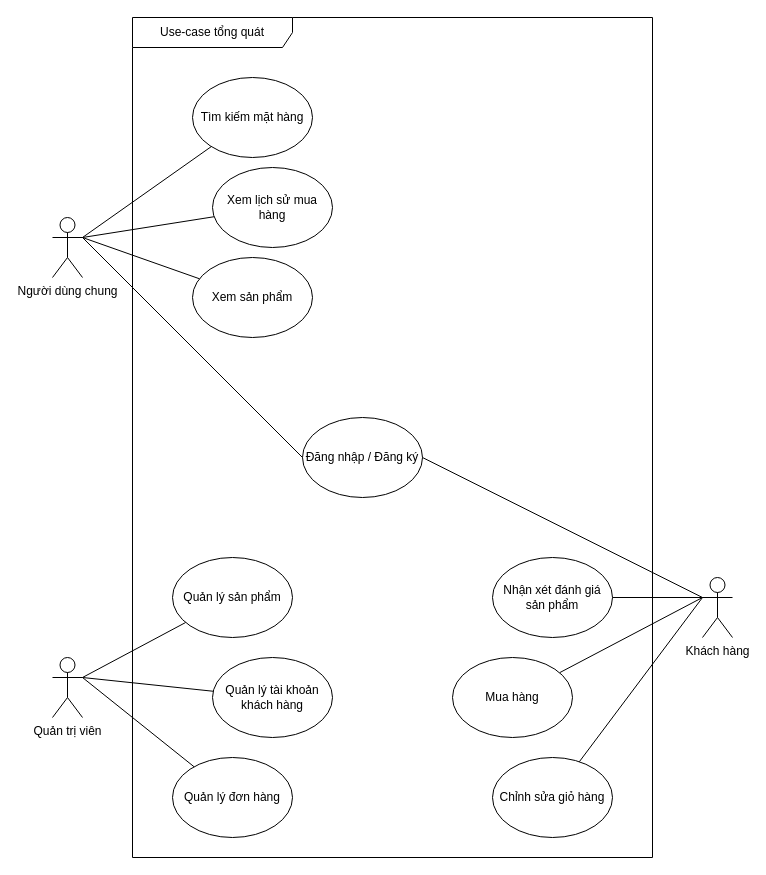
The draw.io diagram page "Usecase-TongQuat" (1 of 2) of DA-CNPM.drawio in QuangHuy2201/CSDL, before the edit. Source tidied: cells renumbered, new cells numbered last; positions are measured from the earlier drawing's top-left corner, leaving out a move shared by most shapes. Both pictures are drawn from the tidied source at 100%, with x=0, y=0 at pixel (52, 17).
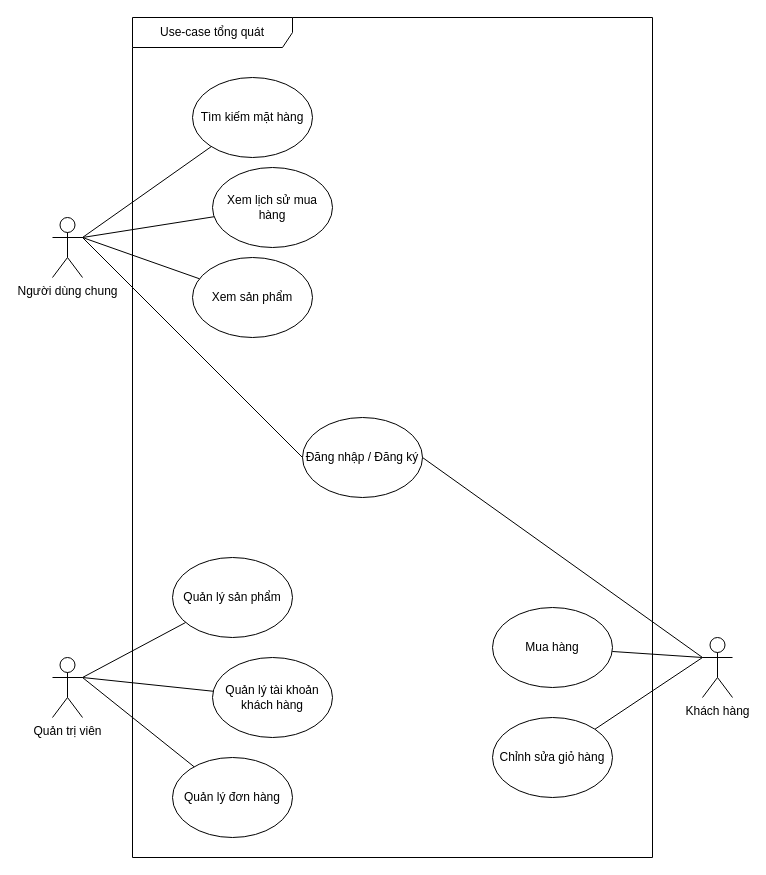
After the change.

Commit message (it also covers changes not shown here):
Cập nhật DA-CNPM.drawio

The change refers to these unchanged cells:
```xml
<mxCell id="26" value="Use-case tổng quát" style="shape=umlFrame;whiteSpace=wrap;html=1;width=160;" parent="1" vertex="1">
  <mxGeometry x="80" width="520" height="840" as="geometry" />
</mxCell>
```

Diff of the diagram source:
```diff
@@
-    <mxCell id="4" value="Nhận xét đánh giá sản phẩm" style="ellipse;whiteSpace=wrap;html=1;" parent="1" vertex="1">
-      <mxGeometry x="440" y="540" width="120" height="80" as="geometry" />
-    </mxCell>
@@
-    <mxCell id="12" style="rounded=0;jettySize=auto;html=1;endArrow=none;endFill=0;" parent="1" edge="1" source="13">
-      <mxGeometry relative="1" as="geometry">
-        <mxPoint x="650" y="580" as="targetPoint" />
-      </mxGeometry>
+    <mxCell id="12" style="rounded=0;jettySize=auto;html=1;endArrow=none;endFill=0;entryX=0;entryY=0.3333333333333333;entryDx=0;entryDy=0;entryPerimeter=0;" parent="1" edge="1" source="13" target="15">
+      <mxGeometry relative="1" as="geometry" />
     </mxCell>
-    <mxCell id="13" value="Mua hàng" style="ellipse;whiteSpace=wrap;html=1;" parent="1" vertex="1">
-      <mxGeometry x="400" y="640" width="120" height="80" as="geometry" />
-    </mxCell>
-    <mxCell id="14" value="Chỉnh sửa giỏ hàng" style="ellipse;whiteSpace=wrap;html=1;" parent="1" vertex="1">
-      <mxGeometry x="440" y="740" width="120" height="80" as="geometry" />
-    </mxCell>
     <mxCell id="15" value="Khách hàng" style="shape=umlActor;verticalLabelPosition=bottom;verticalAlign=top;html=1;outlineConnect=0;" parent="1" vertex="1">
-      <mxGeometry x="650" y="560" width="30" height="60" as="geometry" />
+      <mxGeometry x="650" y="620" width="30" height="60" as="geometry" />
     </mxCell>
@@
-    <mxCell id="25" style="rounded=0;jettySize=auto;html=1;entryX=0;entryY=0.3333333333333333;entryDx=0;entryDy=0;entryPerimeter=0;endArrow=none;endFill=0;" parent="1" edge="1" source="4" target="15">
-      <mxGeometry relative="1" as="geometry" />
-    </mxCell>
@@
+    <mxCell id="13" value="Mua hàng" style="ellipse;whiteSpace=wrap;html=1;" parent="26" vertex="1">
+      <mxGeometry x="360" y="590" width="120" height="80" as="geometry" />
+    </mxCell>
+    <mxCell id="14" value="Chỉnh sửa giỏ hàng" style="ellipse;whiteSpace=wrap;html=1;" parent="26" vertex="1">
+      <mxGeometry x="360" y="700" width="120" height="80" as="geometry" />
+    </mxCell>
```
